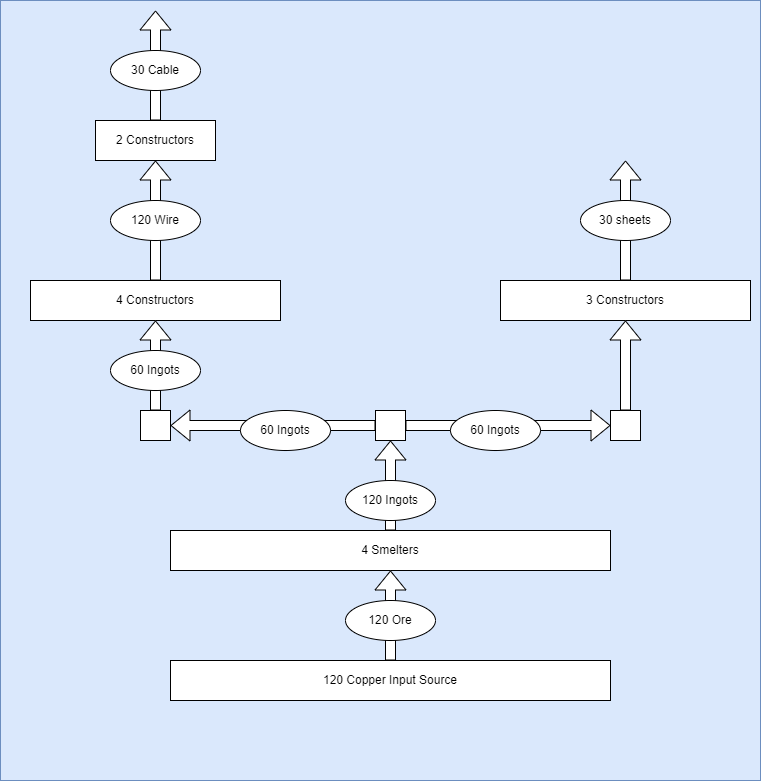
This is copper.drawio.png from nlarsen31/Factories, a draw.io export, as it was before one commit. Source tidied: cells renumbered, new cells last; positions are measured from the earlier drawing's top-left corner, leaving out a move shared by most shapes.
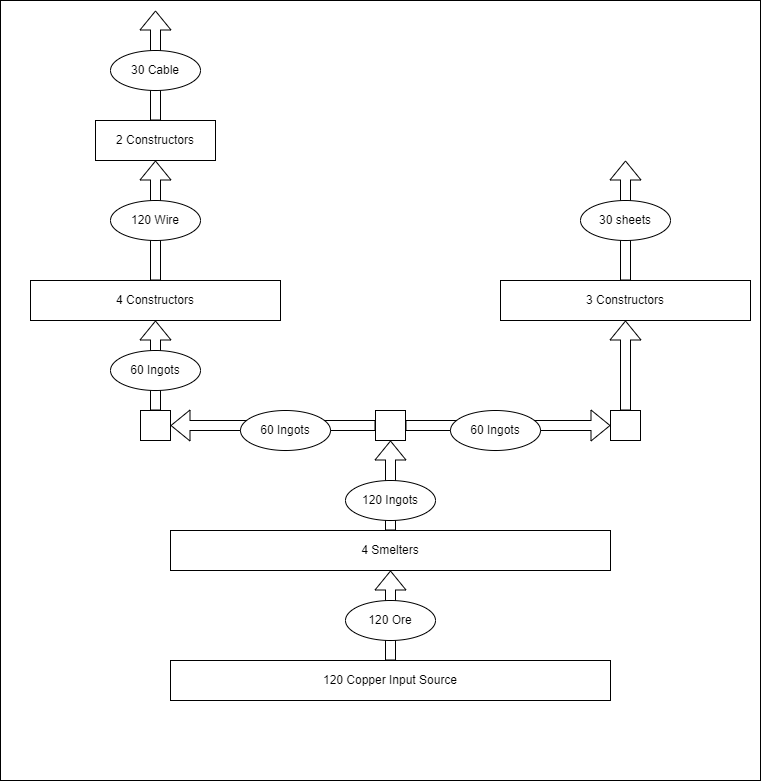
After the change.

Change to the diagram source:
```diff
@@ -2,7 +2,7 @@
   <root>
     <mxCell id="0" />
     <mxCell id="1" parent="0" />
-    <mxCell id="2" style="rounded=0;whiteSpace=wrap;html=1;fillColor=#dae8fc;strokeColor=#6c8ebf;" parent="1" vertex="1">
+    <mxCell id="2" style="rounded=0;whiteSpace=wrap;html=1;" parent="1" vertex="1">
       <mxGeometry width="760" height="780" as="geometry" />
     </mxCell>
     <mxCell id="3" value="120 Copper Input Source" style="rounded=0;whiteSpace=wrap;html=1;" parent="1" vertex="1">
@@ -11,12 +11,12 @@
     <mxCell id="4" value="4 Smelters" style="rounded=0;whiteSpace=wrap;html=1;" parent="1" vertex="1">
       <mxGeometry x="170" y="530" width="440" height="40" as="geometry" />
     </mxCell>
-    <mxCell id="5" style="shape=flexArrow;endArrow=classic;html=1;rounded=0;exitX=0.5;exitY=0;exitDx=0;exitDy=0;fillColor=default;" parent="1" edge="1" source="4">
+    <mxCell id="5" style="shape=flexArrow;endArrow=classic;html=1;rounded=0;exitX=0.5;exitY=0;exitDx=0;exitDy=0;" parent="1" edge="1" source="4">
       <mxGeometry relative="1" as="geometry">
         <mxPoint x="390" y="440" as="targetPoint" />
       </mxGeometry>
     </mxCell>
-    <mxCell id="6" style="shape=flexArrow;endArrow=classic;html=1;rounded=0;exitX=0.5;exitY=0;exitDx=0;exitDy=0;entryX=0.5;entryY=1;entryDx=0;entryDy=0;fillColor=default;" parent="1" edge="1" source="3" target="4">
+    <mxCell id="6" style="shape=flexArrow;endArrow=classic;html=1;rounded=0;exitX=0.5;exitY=0;exitDx=0;exitDy=0;entryX=0.5;entryY=1;entryDx=0;entryDy=0;" parent="1" edge="1" source="3" target="4">
       <mxGeometry relative="1" as="geometry" />
     </mxCell>
     <mxCell id="7" value="120 Ore" style="ellipse;whiteSpace=wrap;html=1;" parent="1" vertex="1">
@@ -28,12 +28,12 @@
     <mxCell id="9" style="whiteSpace=wrap;html=1;direction=south;" parent="1" vertex="1">
       <mxGeometry x="375" y="410" width="30" height="30" as="geometry" />
     </mxCell>
-    <mxCell id="10" style="shape=flexArrow;endArrow=classic;html=1;rounded=0;exitX=0.5;exitY=1;exitDx=0;exitDy=0;fillColor=default;" parent="1" edge="1" source="9">
+    <mxCell id="10" style="shape=flexArrow;endArrow=classic;html=1;rounded=0;exitX=0.5;exitY=1;exitDx=0;exitDy=0;" parent="1" edge="1" source="9">
       <mxGeometry relative="1" as="geometry">
         <mxPoint x="170" y="425" as="targetPoint" />
       </mxGeometry>
     </mxCell>
-    <mxCell id="11" style="shape=flexArrow;endArrow=classic;html=1;rounded=0;fillColor=default;" parent="1" edge="1" source="9">
+    <mxCell id="11" style="shape=flexArrow;endArrow=classic;html=1;rounded=0;" parent="1" edge="1" source="9">
       <mxGeometry relative="1" as="geometry">
         <mxPoint x="610" y="425" as="targetPoint" />
       </mxGeometry>
@@ -53,13 +53,13 @@
     <mxCell id="16" value="4 Constructors" style="rounded=0;whiteSpace=wrap;html=1;" parent="1" vertex="1">
       <mxGeometry x="30" y="280" width="250" height="40" as="geometry" />
     </mxCell>
-    <mxCell id="17" style="shape=flexArrow;endArrow=classic;html=1;rounded=0;exitX=0;exitY=0.5;exitDx=0;exitDy=0;entryX=0.5;entryY=1;entryDx=0;entryDy=0;fillColor=default;" parent="1" edge="1" source="12" target="16">
+    <mxCell id="17" style="shape=flexArrow;endArrow=classic;html=1;rounded=0;exitX=0;exitY=0.5;exitDx=0;exitDy=0;entryX=0.5;entryY=1;entryDx=0;entryDy=0;" parent="1" edge="1" source="12" target="16">
       <mxGeometry relative="1" as="geometry" />
     </mxCell>
     <mxCell id="18" value="60 Ingots" style="ellipse;whiteSpace=wrap;html=1;" parent="1" vertex="1">
       <mxGeometry x="110" y="350" width="90" height="40" as="geometry" />
     </mxCell>
-    <mxCell id="19" style="shape=flexArrow;endArrow=classic;html=1;rounded=0;exitX=0.5;exitY=0;exitDx=0;exitDy=0;fillColor=default;" parent="1" edge="1" source="16">
+    <mxCell id="19" style="shape=flexArrow;endArrow=classic;html=1;rounded=0;exitX=0.5;exitY=0;exitDx=0;exitDy=0;" parent="1" edge="1" source="16">
       <mxGeometry relative="1" as="geometry">
         <mxPoint x="155" y="160" as="targetPoint" />
       </mxGeometry>
@@ -70,7 +70,7 @@
     <mxCell id="21" value="2 Constructors" style="rounded=0;whiteSpace=wrap;html=1;" parent="1" vertex="1">
       <mxGeometry x="95" y="120" width="120" height="40" as="geometry" />
     </mxCell>
-    <mxCell id="22" style="shape=flexArrow;endArrow=classic;html=1;rounded=0;exitX=0.5;exitY=0;exitDx=0;exitDy=0;fillColor=default;" parent="1" edge="1" source="21">
+    <mxCell id="22" style="shape=flexArrow;endArrow=classic;html=1;rounded=0;exitX=0.5;exitY=0;exitDx=0;exitDy=0;" parent="1" edge="1" source="21">
       <mxGeometry relative="1" as="geometry">
         <mxPoint x="155" y="10" as="targetPoint" />
       </mxGeometry>
@@ -81,10 +81,10 @@
     <mxCell id="24" value="3 Constructors" style="rounded=0;whiteSpace=wrap;html=1;" parent="1" vertex="1">
       <mxGeometry x="500" y="280" width="250" height="40" as="geometry" />
     </mxCell>
-    <mxCell id="25" style="shape=flexArrow;endArrow=classic;html=1;rounded=0;exitX=0;exitY=0.5;exitDx=0;exitDy=0;entryX=0.5;entryY=1;entryDx=0;entryDy=0;fillColor=default;" parent="1" edge="1" source="13" target="24">
+    <mxCell id="25" style="shape=flexArrow;endArrow=classic;html=1;rounded=0;exitX=0;exitY=0.5;exitDx=0;exitDy=0;entryX=0.5;entryY=1;entryDx=0;entryDy=0;" parent="1" edge="1" source="13" target="24">
       <mxGeometry relative="1" as="geometry" />
     </mxCell>
-    <mxCell id="26" style="shape=flexArrow;endArrow=classic;html=1;rounded=0;exitX=0.5;exitY=0;exitDx=0;exitDy=0;fillColor=default;" parent="1" edge="1" source="24">
+    <mxCell id="26" style="shape=flexArrow;endArrow=classic;html=1;rounded=0;exitX=0.5;exitY=0;exitDx=0;exitDy=0;" parent="1" edge="1" source="24">
       <mxGeometry relative="1" as="geometry">
         <mxPoint x="625" y="160" as="targetPoint" />
       </mxGeometry>
```
